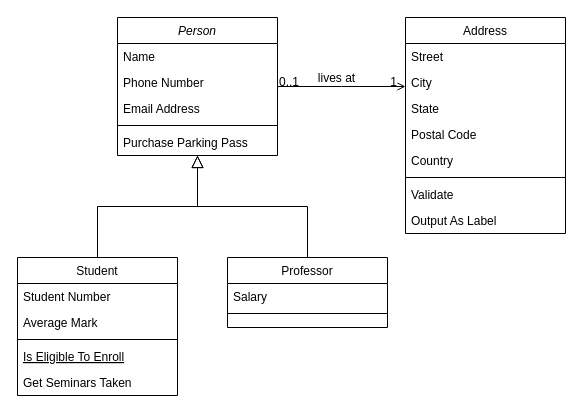
Earlier version of the draw.io diagram payroll_uml.drawio (vitormcruz/payroll_groovy). Source tidied: cells renumbered, new cells numbered last; positions are measured from the earlier drawing's top-left corner, leaving out a move shared by most shapes. Both pictures are drawn from the tidied source at 100%, with x=0, y=0 at pixel (17, 17).
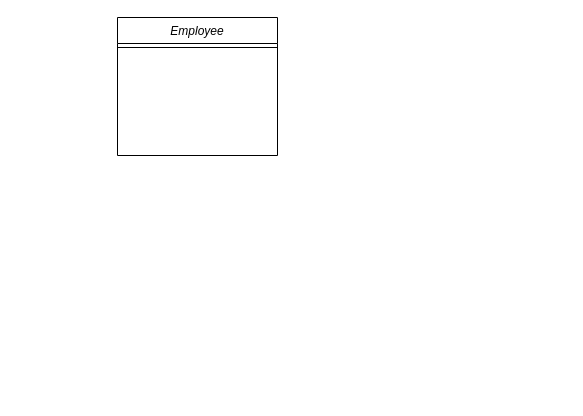
After the change.

Change to the diagram source:
```diff
@@
-    <mxCell id="2" value="Person" style="swimlane;fontStyle=2;align=center;verticalAlign=top;horizontal=1;startSize=26;rounded=0;shadow=0;strokeWidth=1;" parent="1" vertex="1">
+    <mxCell id="2" value="Employee" style="swimlane;fontStyle=2;align=center;verticalAlign=top;horizontal=1;startSize=26;rounded=0;shadow=0;strokeWidth=1;" parent="1" vertex="1">
       <mxGeometry x="100" width="160" height="138" as="geometry" />
     </mxCell>
-    <mxCell id="3" value="Name" style="text;align=left;verticalAlign=top;spacingLeft=4;spacingRight=4;overflow=hidden;" parent="2" vertex="1">
-      <mxGeometry y="26" width="160" height="26" as="geometry" />
-    </mxCell>
-    <mxCell id="4" value="Phone Number" style="text;align=left;verticalAlign=top;spacingLeft=4;spacingRight=4;overflow=hidden;rounded=0;shadow=0;html=0;" parent="2" vertex="1">
-      <mxGeometry y="52" width="160" height="26" as="geometry" />
-    </mxCell>
-    <mxCell id="5" value="Email Address" style="text;align=left;verticalAlign=top;spacingLeft=4;spacingRight=4;overflow=hidden;rounded=0;shadow=0;html=0;" parent="2" vertex="1">
-      <mxGeometry y="78" width="160" height="26" as="geometry" />
-    </mxCell>
     <mxCell id="6" style="line;html=1;strokeWidth=1;align=left;verticalAlign=middle;spacingTop=-1;spacingLeft=3;spacingRight=3;labelPosition=right;" parent="2" vertex="1">
-      <mxGeometry y="104" width="160" height="8" as="geometry" />
+      <mxGeometry y="26" width="160" height="8" as="geometry" />
     </mxCell>
-    <mxCell id="7" value="Purchase Parking Pass" style="text;align=left;verticalAlign=top;spacingLeft=4;spacingRight=4;overflow=hidden;" parent="2" vertex="1">
-      <mxGeometry y="112" width="160" height="26" as="geometry" />
-    </mxCell>
-    <mxCell id="8" value="Student" style="swimlane;fontStyle=0;align=center;verticalAlign=top;horizontal=1;startSize=26;rounded=0;shadow=0;strokeWidth=1;" parent="1" vertex="1">
-      <mxGeometry y="240" width="160" height="138" as="geometry" />
-    </mxCell>
-    <mxCell id="9" value="Student Number" style="text;align=left;verticalAlign=top;spacingLeft=4;spacingRight=4;overflow=hidden;" parent="8" vertex="1">
-      <mxGeometry y="26" width="160" height="26" as="geometry" />
-    </mxCell>
-    <mxCell id="10" value="Average Mark" style="text;align=left;verticalAlign=top;spacingLeft=4;spacingRight=4;overflow=hidden;rounded=0;shadow=0;html=0;" parent="8" vertex="1">
-      <mxGeometry y="52" width="160" height="26" as="geometry" />
-    </mxCell>
-    <mxCell id="11" style="line;html=1;strokeWidth=1;align=left;verticalAlign=middle;spacingTop=-1;spacingLeft=3;spacingRight=3;labelPosition=right;" parent="8" vertex="1">
-      <mxGeometry y="78" width="160" height="8" as="geometry" />
-    </mxCell>
-    <mxCell id="12" value="Is Eligible To Enroll" style="text;align=left;verticalAlign=top;spacingLeft=4;spacingRight=4;overflow=hidden;fontStyle=4;" parent="8" vertex="1">
-      <mxGeometry y="86" width="160" height="26" as="geometry" />
-    </mxCell>
-    <mxCell id="13" value="Get Seminars Taken" style="text;align=left;verticalAlign=top;spacingLeft=4;spacingRight=4;overflow=hidden;" parent="8" vertex="1">
-      <mxGeometry y="112" width="160" height="26" as="geometry" />
-    </mxCell>
-    <mxCell id="14" style="endArrow=block;endSize=10;endFill=0;shadow=0;strokeWidth=1;rounded=0;edgeStyle=elbowEdgeStyle;elbow=vertical;" parent="1" edge="1" source="8" target="2">
-      <mxGeometry relative="1" as="geometry" />
-    </mxCell>
-    <mxCell id="15" value="Professor" style="swimlane;fontStyle=0;align=center;verticalAlign=top;horizontal=1;startSize=26;rounded=0;shadow=0;strokeWidth=1;" parent="1" vertex="1">
-      <mxGeometry x="210" y="240" width="160" height="70" as="geometry" />
-    </mxCell>
-    <mxCell id="16" value="Salary" style="text;align=left;verticalAlign=top;spacingLeft=4;spacingRight=4;overflow=hidden;" parent="15" vertex="1">
-      <mxGeometry y="26" width="160" height="26" as="geometry" />
-    </mxCell>
-    <mxCell id="17" style="line;html=1;strokeWidth=1;align=left;verticalAlign=middle;spacingTop=-1;spacingLeft=3;spacingRight=3;labelPosition=right;" parent="15" vertex="1">
-      <mxGeometry y="52" width="160" height="8" as="geometry" />
-    </mxCell>
-    <mxCell id="18" style="endArrow=block;endSize=10;endFill=0;shadow=0;strokeWidth=1;rounded=0;edgeStyle=elbowEdgeStyle;elbow=vertical;" parent="1" edge="1" source="15" target="2">
-      <mxGeometry relative="1" as="geometry" />
-    </mxCell>
-    <mxCell id="19" value="Address" style="swimlane;fontStyle=0;align=center;verticalAlign=top;horizontal=1;startSize=26;rounded=0;shadow=0;strokeWidth=1;" parent="1" vertex="1">
-      <mxGeometry x="388" width="160" height="216" as="geometry" />
-    </mxCell>
-    <mxCell id="20" value="Street" style="text;align=left;verticalAlign=top;spacingLeft=4;spacingRight=4;overflow=hidden;" parent="19" vertex="1">
-      <mxGeometry y="26" width="160" height="26" as="geometry" />
-    </mxCell>
-    <mxCell id="21" value="City" style="text;align=left;verticalAlign=top;spacingLeft=4;spacingRight=4;overflow=hidden;rounded=0;shadow=0;html=0;" parent="19" vertex="1">
-      <mxGeometry y="52" width="160" height="26" as="geometry" />
-    </mxCell>
-    <mxCell id="22" value="State" style="text;align=left;verticalAlign=top;spacingLeft=4;spacingRight=4;overflow=hidden;rounded=0;shadow=0;html=0;" parent="19" vertex="1">
-      <mxGeometry y="78" width="160" height="26" as="geometry" />
-    </mxCell>
-    <mxCell id="23" value="Postal Code" style="text;align=left;verticalAlign=top;spacingLeft=4;spacingRight=4;overflow=hidden;rounded=0;shadow=0;html=0;" parent="19" vertex="1">
-      <mxGeometry y="104" width="160" height="26" as="geometry" />
-    </mxCell>
-    <mxCell id="24" value="Country" style="text;align=left;verticalAlign=top;spacingLeft=4;spacingRight=4;overflow=hidden;rounded=0;shadow=0;html=0;" parent="19" vertex="1">
-      <mxGeometry y="130" width="160" height="26" as="geometry" />
-    </mxCell>
-    <mxCell id="25" style="line;html=1;strokeWidth=1;align=left;verticalAlign=middle;spacingTop=-1;spacingLeft=3;spacingRight=3;labelPosition=right;" parent="19" vertex="1">
-      <mxGeometry y="156" width="160" height="8" as="geometry" />
-    </mxCell>
-    <mxCell id="26" value="Validate" style="text;align=left;verticalAlign=top;spacingLeft=4;spacingRight=4;overflow=hidden;" parent="19" vertex="1">
-      <mxGeometry y="164" width="160" height="26" as="geometry" />
-    </mxCell>
-    <mxCell id="27" value="Output As Label" style="text;align=left;verticalAlign=top;spacingLeft=4;spacingRight=4;overflow=hidden;" parent="19" vertex="1">
-      <mxGeometry y="190" width="160" height="26" as="geometry" />
-    </mxCell>
-    <mxCell id="28" style="endArrow=open;shadow=0;strokeWidth=1;rounded=0;endFill=1;edgeStyle=elbowEdgeStyle;elbow=vertical;" parent="1" edge="1" source="2" target="19">
-      <mxGeometry x="0.5" y="41" relative="1" as="geometry">
-        <mxPoint x="-40" y="32" as="offset" />
-      </mxGeometry>
-    </mxCell>
-    <mxCell id="29" value="0..1" style="align=left;verticalAlign=bottom;labelBackgroundColor=none;fontSize=12;" parent="28" vertex="1">
-      <mxGeometry x="-1" relative="1" as="geometry">
-        <mxPoint y="4" as="offset" />
-      </mxGeometry>
-    </mxCell>
-    <mxCell id="30" value="1" style="align=right;verticalAlign=bottom;labelBackgroundColor=none;fontSize=12;" parent="28" vertex="1">
-      <mxGeometry x="1" relative="1" as="geometry">
-        <mxPoint x="-7" y="4" as="offset" />
-      </mxGeometry>
-    </mxCell>
-    <mxCell id="31" value="lives at" style="text;html=1;align=center;verticalAlign=middle;labelBackgroundColor=none;rounded=0;shadow=0;strokeWidth=1;fontSize=12;" parent="28" vertex="1">
-      <mxGeometry x="0.5" y="49" relative="1" as="geometry">
-        <mxPoint x="-38" y="40" as="offset" />
-      </mxGeometry>
-    </mxCell>
```
